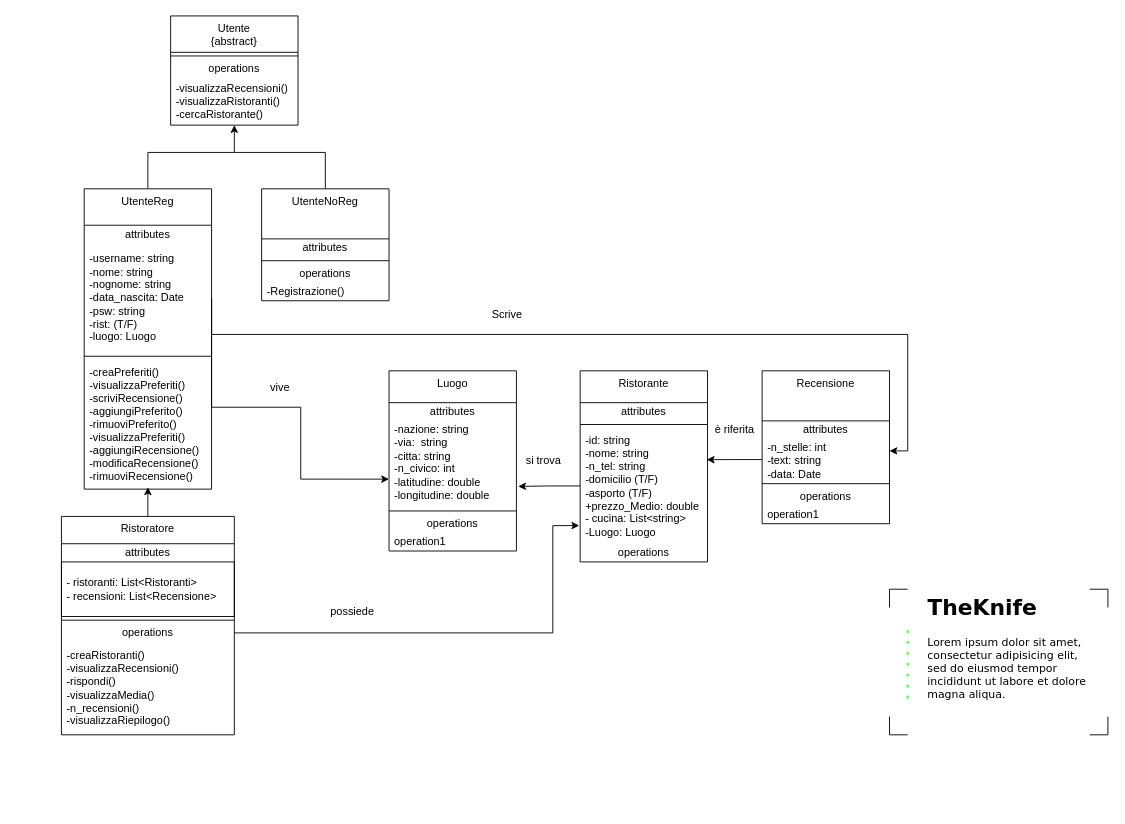
Tommaso-Ossuzio/TheKnife keeps this draw.io diagram as doc/UML.drawio. Above is the earlier version. Source tidied: cells renumbered, new cells numbered last; positions are measured from the earlier drawing's top-left corner, leaving out a move shared by most shapes. Both pictures are drawn from the tidied source at 91%, with x=0, y=0 at pixel (61, 15).
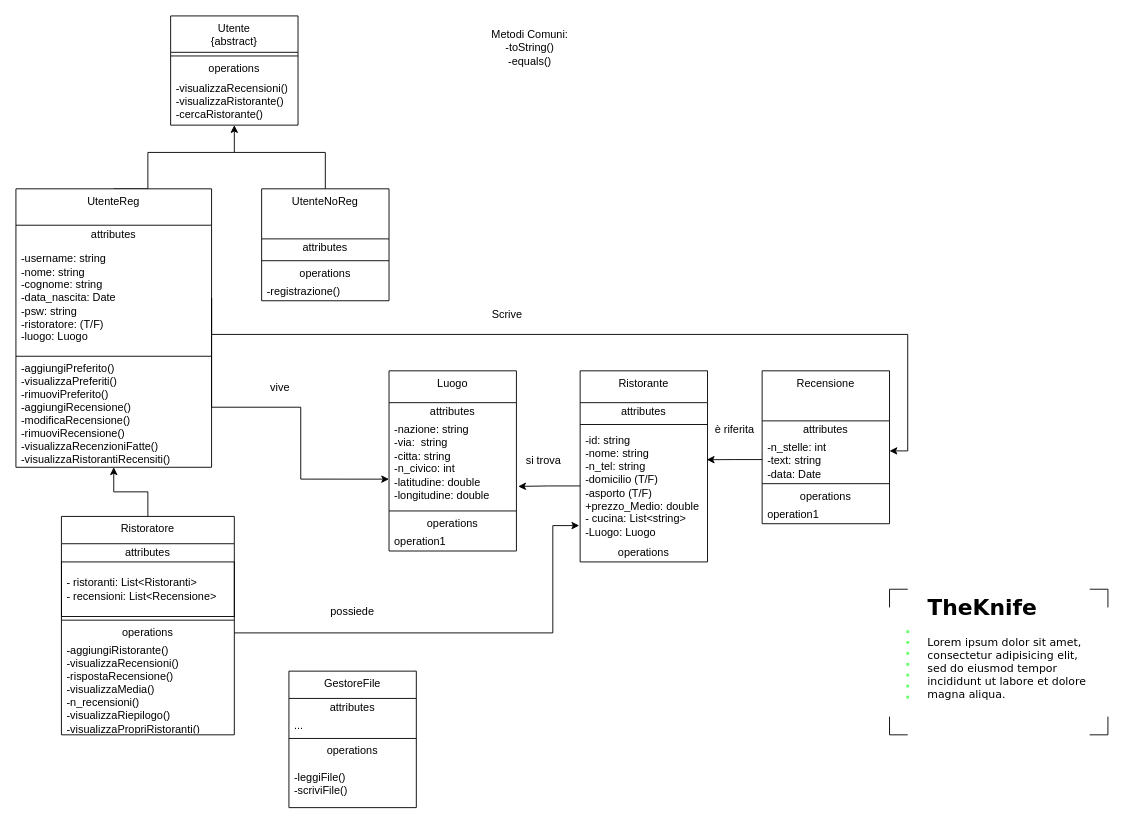
The same diagram, later.

Commit message (it also covers changes not shown here):
Correzione UML 1

Unchanged cells that the change refers to:
```xml
<mxCell id="26" value="&lt;div&gt;Utente&lt;/div&gt;&lt;div&gt;{abstract}&lt;/div&gt;" style="swimlane;fontStyle=0;align=center;verticalAlign=top;horizontal=1;startSize=40;html=1;whiteSpace=wrap;" parent="1" vertex="1">
  <mxGeometry x="120" width="140" height="120" as="geometry" />
</mxCell>
<mxCell id="36" value="&lt;span style=&quot;text-align: left;&quot;&gt;UtenteNoReg&lt;/span&gt;" style="swimlane;fontStyle=0;align=center;verticalAlign=top;horizontal=1;startSize=55;html=1;whiteSpace=wrap;" parent="1" vertex="1">
  <mxGeometry x="220" y="190" width="140" height="123" as="geometry" />
</mxCell>
<mxCell id="41" value="Ristoratore" style="swimlane;fontStyle=0;align=center;verticalAlign=top;horizontal=1;startSize=30;html=1;whiteSpace=wrap;" parent="1" vertex="1">
  <mxGeometry y="550" width="190" height="240" as="geometry" />
</mxCell>
```

What changed in the source:
```diff
@@
-    <mxCell id="29" value="-visualizzaRecensioni()&lt;div&gt;-visualizzaRistoranti()&lt;/div&gt;&lt;div&gt;-cercaRistorante()&lt;/div&gt;" style="text;html=1;strokeColor=none;fillColor=none;align=left;verticalAlign=middle;spacingLeft=4;spacingRight=4;overflow=hidden;whiteSpace=wrap;" parent="26" vertex="1">
+    <mxCell id="29" value="-visualizzaRecensioni()&lt;div&gt;-visualizzaRistorante()&lt;/div&gt;&lt;div&gt;-cercaRistorante()&lt;/div&gt;" style="text;html=1;strokeColor=none;fillColor=none;align=left;verticalAlign=middle;spacingLeft=4;spacingRight=4;overflow=hidden;whiteSpace=wrap;" parent="26" vertex="1">
       <mxGeometry y="68" width="140" height="52" as="geometry" />
     </mxCell>
@@
     <mxCell id="31" value="UtenteReg" style="swimlane;fontStyle=0;align=center;verticalAlign=top;horizontal=1;startSize=40;html=1;whiteSpace=wrap;" parent="1" vertex="1">
-      <mxGeometry x="25" y="190" width="140" height="330" as="geometry" />
+      <mxGeometry x="-50" y="190" width="215" height="306" as="geometry" />
     </mxCell>
     <mxCell id="32" value="attributes" style="text;html=1;strokeColor=none;fillColor=none;align=center;verticalAlign=middle;spacingLeft=4;spacingRight=4;overflow=hidden;whiteSpace=wrap;" parent="31" vertex="1">
-      <mxGeometry y="40" width="140" height="20" as="geometry" />
+      <mxGeometry y="40" width="215" height="20" as="geometry" />
     </mxCell>
-    <mxCell id="33" value="&lt;div&gt;&lt;span style=&quot;color: light-dark(rgb(0, 0, 0), rgb(255, 255, 255)); background-color: transparent;&quot;&gt;-username: string&lt;/span&gt;&lt;/div&gt;&lt;div&gt;&lt;span style=&quot;color: light-dark(rgb(0, 0, 0), rgb(255, 255, 255)); background-color: transparent;&quot;&gt;-nome: string&lt;/span&gt;&lt;/div&gt;&lt;div style=&quot;&quot;&gt;&lt;font style=&quot;color: light-dark(rgb(0, 0, 0), rgb(255, 255, 255));&quot;&gt;-nognome: string&lt;/font&gt;&lt;/div&gt;&lt;div style=&quot;&quot;&gt;&lt;font style=&quot;color: light-dark(rgb(0, 0, 0), rgb(255, 255, 255));&quot;&gt;-data_nascita: Date&lt;/font&gt;&lt;/div&gt;&lt;div style=&quot;&quot;&gt;&lt;font style=&quot;color: light-dark(rgb(0, 0, 0), rgb(255, 255, 255));&quot;&gt;-psw: string&lt;/font&gt;&lt;/div&gt;&lt;div style=&quot;&quot;&gt;&lt;font style=&quot;color: light-dark(rgb(0, 0, 0), rgb(255, 255, 255));&quot;&gt;-rist: (T/F)&lt;/font&gt;&lt;/div&gt;&lt;div style=&quot;&quot;&gt;&lt;font style=&quot;&quot;&gt;-luogo: Luogo&lt;font color=&quot;#7f7f7f&quot;&gt;&amp;nbsp;&lt;/font&gt;&lt;/font&gt;&lt;/div&gt;" style="text;html=1;strokeColor=none;fillColor=none;align=left;verticalAlign=middle;spacingLeft=4;spacingRight=4;overflow=hidden;points=[[0,0.5],[1,0.5]];portConstraint=eastwest;whiteSpace=wrap;" parent="31" vertex="1">
-      <mxGeometry y="60" width="140" height="120" as="geometry" />
+    <mxCell id="33" value="&lt;div&gt;&lt;span style=&quot;color: light-dark(rgb(0, 0, 0), rgb(255, 255, 255)); background-color: transparent;&quot;&gt;-username: string&lt;/span&gt;&lt;/div&gt;&lt;div&gt;&lt;span style=&quot;color: light-dark(rgb(0, 0, 0), rgb(255, 255, 255)); background-color: transparent;&quot;&gt;-nome: string&lt;/span&gt;&lt;/div&gt;&lt;div style=&quot;&quot;&gt;&lt;font style=&quot;color: light-dark(rgb(0, 0, 0), rgb(255, 255, 255));&quot;&gt;-cognome: string&lt;/font&gt;&lt;/div&gt;&lt;div style=&quot;&quot;&gt;&lt;font style=&quot;color: light-dark(rgb(0, 0, 0), rgb(255, 255, 255));&quot;&gt;-data_nascita: Date&lt;/font&gt;&lt;/div&gt;&lt;div style=&quot;&quot;&gt;&lt;font style=&quot;color: light-dark(rgb(0, 0, 0), rgb(255, 255, 255));&quot;&gt;-psw: string&lt;/font&gt;&lt;/div&gt;&lt;div style=&quot;&quot;&gt;&lt;font style=&quot;color: light-dark(rgb(0, 0, 0), rgb(255, 255, 255));&quot;&gt;-ristoratore: (T/F)&lt;/font&gt;&lt;/div&gt;&lt;div style=&quot;&quot;&gt;&lt;font style=&quot;&quot;&gt;-luogo: Luogo&lt;font color=&quot;#7f7f7f&quot;&gt;&amp;nbsp;&lt;/font&gt;&lt;/font&gt;&lt;/div&gt;" style="text;html=1;strokeColor=none;fillColor=none;align=left;verticalAlign=middle;spacingLeft=4;spacingRight=4;overflow=hidden;points=[[0,0.5],[1,0.5]];portConstraint=eastwest;whiteSpace=wrap;" parent="31" vertex="1">
+      <mxGeometry y="60" width="215" height="120" as="geometry" />
     </mxCell>
     <mxCell id="34" style="line;strokeWidth=1;fillColor=none;align=left;verticalAlign=middle;spacingTop=-1;spacingLeft=3;spacingRight=3;labelPosition=right;" parent="31" vertex="1">
-      <mxGeometry y="180" width="140" height="8" as="geometry" />
+      <mxGeometry y="180" width="215" height="8" as="geometry" />
     </mxCell>
-    <mxCell id="35" value="-creaPreferiti()&lt;div&gt;-visualizzaPreferiti()&lt;/div&gt;&lt;div&gt;-scriviRecensione()&lt;/div&gt;&lt;div&gt;-aggiungiPreferito()&lt;/div&gt;&lt;div&gt;-rimuoviPreferito()&lt;/div&gt;&lt;div&gt;-visualizzaPreferiti()&lt;/div&gt;&lt;div&gt;-aggiungiRecensione()&lt;/div&gt;&lt;div&gt;-modificaRecensione()&lt;/div&gt;&lt;div&gt;-rimuoviRecensione()&lt;/div&gt;" style="text;html=1;strokeColor=none;fillColor=none;align=left;verticalAlign=middle;spacingLeft=4;spacingRight=4;overflow=hidden;points=[[0,0.5],[1,0.5]];portConstraint=eastwest;whiteSpace=wrap;" parent="31" vertex="1">
-      <mxGeometry y="188" width="140" height="142" as="geometry" />
+    <mxCell id="35" value="&lt;div&gt;&lt;span style=&quot;background-color: initial;&quot;&gt;-aggiungiPreferito()&lt;/span&gt;&lt;br&gt;&lt;/div&gt;&lt;div&gt;-visualizzaPreferiti()&lt;/div&gt;&lt;div&gt;-rimuoviPreferito()&lt;/div&gt;&lt;div&gt;&lt;span style=&quot;background-color: initial;&quot;&gt;-aggiungiRecensione()&lt;/span&gt;&lt;/div&gt;&lt;div&gt;-modificaRecensione()&lt;/div&gt;&lt;div&gt;-rimuoviRecensione()&lt;/div&gt;&lt;div&gt;-visualizzaRecenzioniFatte()&lt;/div&gt;&lt;div&gt;-visualizzaRistorantiRecensiti()&lt;/div&gt;" style="text;html=1;strokeColor=none;fillColor=none;align=left;verticalAlign=middle;spacingLeft=4;spacingRight=4;overflow=hidden;points=[[0,0.5],[1,0.5]];portConstraint=eastwest;whiteSpace=wrap;" parent="31" vertex="1">
+      <mxGeometry y="188" width="215" height="118" as="geometry" />
     </mxCell>
@@
-    <mxCell id="40" value="-Registrazione()" style="text;html=1;strokeColor=none;fillColor=none;align=left;verticalAlign=middle;spacingLeft=4;spacingRight=4;overflow=hidden;whiteSpace=wrap;" parent="36" vertex="1">
+    <mxCell id="40" value="-registrazione()" style="text;html=1;strokeColor=none;fillColor=none;align=left;verticalAlign=middle;spacingLeft=4;spacingRight=4;overflow=hidden;whiteSpace=wrap;" parent="36" vertex="1">
       <mxGeometry y="103" width="140" height="20" as="geometry" />
     </mxCell>
@@
-    <mxCell id="46" value="-creaRistoranti()&lt;div&gt;-visualizzaRecensioni()&lt;/div&gt;&lt;div&gt;-rispondi()&lt;/div&gt;&lt;div&gt;-visualizzaMedia()&lt;/div&gt;&lt;div&gt;-n_recensioni()&lt;/div&gt;&lt;div&gt;-visualizzaRiepilogo()&lt;/div&gt;" style="text;html=1;strokeColor=none;fillColor=none;align=left;verticalAlign=middle;spacingLeft=4;spacingRight=4;overflow=hidden;whiteSpace=wrap;" parent="41" vertex="1">
+    <mxCell id="46" value="-aggiungiRistorante()&lt;div&gt;-visualizzaRecensioni()&lt;/div&gt;&lt;div&gt;-rispostaRecensione()&lt;/div&gt;&lt;div&gt;-visualizzaMedia()&lt;/div&gt;&lt;div&gt;-n_recensioni()&lt;/div&gt;&lt;div&gt;-visualizzaRiepilogo()&lt;/div&gt;&lt;div&gt;-visualizzaPropriRistoranti()&lt;/div&gt;" style="text;html=1;strokeColor=none;fillColor=none;align=left;verticalAlign=middle;spacingLeft=4;spacingRight=4;overflow=hidden;whiteSpace=wrap;" parent="41" vertex="1">
       <mxGeometry y="138" width="190" height="102" as="geometry" />
     </mxCell>
@@
-    <mxCell id="48" style="edgeStyle=orthogonalEdgeStyle;rounded=0;jettySize=auto;html=1;exitX=0.5;exitY=0;exitDx=0;exitDy=0;entryX=0.5;entryY=0.986;entryDx=0;entryDy=0;entryPerimeter=0;" parent="1" edge="1" source="41" target="35">
-      <mxGeometry relative="1" as="geometry" />
-    </mxCell>
@@
+    <mxCell id="59" value="Metodi Comuni:&lt;br&gt;-toString()&lt;br&gt;-equals()" style="text;html=1;strokeColor=none;fillColor=none;align=center;verticalAlign=middle;whiteSpace=wrap;rounded=0;" parent="1" vertex="1">
+      <mxGeometry x="430" y="20" width="170" height="30" as="geometry" />
+    </mxCell>
+    <mxCell id="48" style="edgeStyle=orthogonalEdgeStyle;rounded=0;jettySize=auto;html=1;exitX=0.5;exitY=0;exitDx=0;exitDy=0;entryX=0.5;entryY=1;entryDx=0;entryDy=0;entryPerimeter=0;" parent="1" edge="1" source="41" target="35">
+      <mxGeometry relative="1" as="geometry" />
+    </mxCell>
+    <mxCell id="60" value="GestoreFile" style="swimlane;fontStyle=0;align=center;verticalAlign=top;horizontal=1;startSize=30;html=1;whiteSpace=wrap;" parent="1" vertex="1">
+      <mxGeometry x="250" y="720" width="140" height="150" as="geometry" />
+    </mxCell>
+    <mxCell id="61" value="attributes" style="text;html=1;strokeColor=none;fillColor=none;align=center;verticalAlign=middle;spacingLeft=4;spacingRight=4;overflow=hidden;whiteSpace=wrap;" parent="60" vertex="1">
+      <mxGeometry y="30" width="140" height="20" as="geometry" />
+    </mxCell>
+    <mxCell id="62" value="..." style="text;html=1;strokeColor=none;fillColor=none;align=left;verticalAlign=middle;spacingLeft=4;spacingRight=4;overflow=hidden;whiteSpace=wrap;" parent="60" vertex="1">
+      <mxGeometry y="50" width="140" height="20" as="geometry" />
+    </mxCell>
+    <mxCell id="63" style="line;strokeWidth=1;fillColor=none;align=left;verticalAlign=middle;spacingTop=-1;spacingLeft=3;spacingRight=3;labelPosition=right;" parent="60" vertex="1">
+      <mxGeometry y="70" width="140" height="8" as="geometry" />
+    </mxCell>
+    <mxCell id="64" value="operations" style="text;html=1;strokeColor=none;fillColor=none;align=center;verticalAlign=middle;spacingLeft=4;spacingRight=4;overflow=hidden;whiteSpace=wrap;" parent="60" vertex="1">
+      <mxGeometry y="78" width="140" height="20" as="geometry" />
+    </mxCell>
+    <mxCell id="65" value="-leggiFile()&lt;br style=&quot;border-color: var(--border-color);&quot;&gt;-scriviFile()" style="text;html=1;strokeColor=none;fillColor=none;align=left;verticalAlign=middle;spacingLeft=4;spacingRight=4;overflow=hidden;whiteSpace=wrap;" parent="60" vertex="1">
+      <mxGeometry y="98" width="140" height="52" as="geometry" />
+    </mxCell>
```
